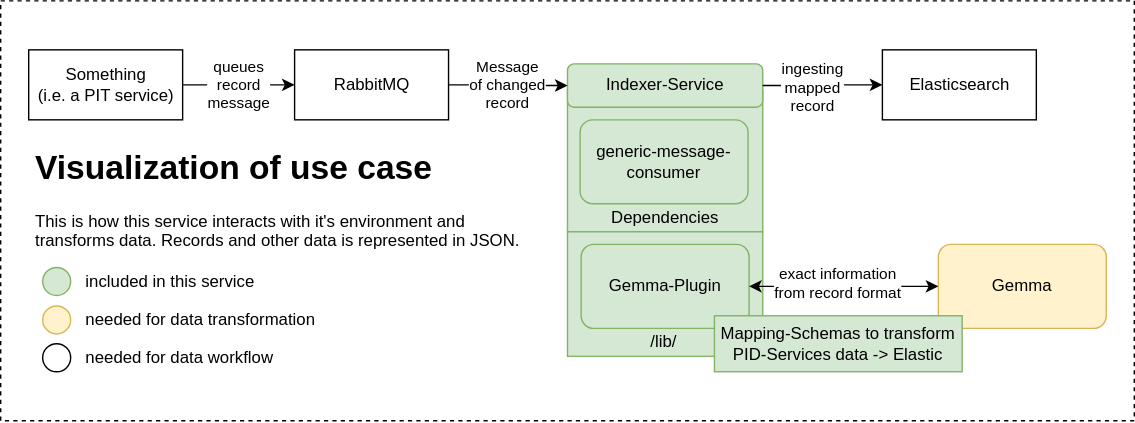
Earlier version of the draw.io export use-case.drawio.svg (kit-data-manager/mapping-service). Source tidied: cells renumbered, new cells last; positions are measured from the earlier drawing's top-left corner, leaving out a move shared by most shapes. Source of this version:
```xml
<mxGraphModel>
  <root>
    <mxCell id="0" />
    <mxCell id="1" parent="0" />
    <mxCell id="2" style="rounded=0;whiteSpace=wrap;html=1;dashed=1;" parent="1" vertex="1">
      <mxGeometry width="810" height="300" as="geometry" />
    </mxCell>
    <mxCell id="3" value="Something&lt;br&gt;(i.e. a PIT service)" style="html=1;" parent="2" vertex="1">
      <mxGeometry x="20" y="35" width="110" height="50" as="geometry" />
    </mxCell>
    <mxCell id="4" value="RabbitMQ" style="html=1;" parent="2" vertex="1">
      <mxGeometry x="210" y="35" width="110" height="50" as="geometry" />
    </mxCell>
    <mxCell id="5" value="queues&lt;br&gt;record&lt;br&gt;message" style="edgeStyle=orthogonalEdgeStyle;rounded=0;jettySize=auto;html=1;" parent="2" edge="1" source="3" target="4">
      <mxGeometry relative="1" as="geometry" />
    </mxCell>
    <mxCell id="6" style="group;" parent="2" vertex="1">
      <mxGeometry x="404" y="45" width="140.5" height="209" as="geometry" />
    </mxCell>
    <mxCell id="7" style="group;" parent="6" vertex="1">
      <mxGeometry x="0.5" y="19" width="140" height="101" as="geometry" />
    </mxCell>
    <mxCell id="8" style="rounded=0;whiteSpace=wrap;html=1;align=center;fillColor=#d5e8d4;strokeColor=#82b366;" parent="7" vertex="1">
      <mxGeometry x="0.5" width="139.5" height="101" as="geometry" />
    </mxCell>
    <mxCell id="9" value="generic-message-consumer" style="rounded=1;whiteSpace=wrap;html=1;fillColor=#d5e8d4;strokeColor=#82b366;" parent="7" vertex="1">
      <mxGeometry x="9.5" y="21" width="120" height="60" as="geometry" />
    </mxCell>
    <mxCell id="10" value="Dependencies" style="text;html=1;strokeColor=none;fillColor=none;align=center;verticalAlign=middle;whiteSpace=wrap;rounded=0;" parent="7" vertex="1">
      <mxGeometry y="81" width="140" height="20" as="geometry" />
    </mxCell>
    <mxCell id="11" style="rounded=0;whiteSpace=wrap;html=1;align=center;fillColor=#d5e8d4;strokeColor=#82b366;" parent="6" vertex="1">
      <mxGeometry x="1" y="120" width="139.5" height="89" as="geometry" />
    </mxCell>
    <mxCell id="12" value="Gemma-Plugin" style="rounded=1;whiteSpace=wrap;html=1;fillColor=#d5e8d4;strokeColor=#82b366;" parent="6" vertex="1">
      <mxGeometry x="10.8" y="129" width="120" height="60" as="geometry" />
    </mxCell>
    <mxCell id="13" value="Indexer-Service" style="rounded=1;whiteSpace=wrap;html=1;align=center;fillColor=#d5e8d4;strokeColor=#82b366;" parent="6" vertex="1">
      <mxGeometry x="1" width="139.5" height="31" as="geometry" />
    </mxCell>
    <mxCell id="14" value="/lib/" style="text;html=1;strokeColor=none;fillColor=none;align=center;verticalAlign=middle;whiteSpace=wrap;rounded=0;" parent="6" vertex="1">
      <mxGeometry y="189" width="140" height="20" as="geometry" />
    </mxCell>
    <mxCell id="15" style="edgeStyle=orthogonalEdgeStyle;rounded=0;jettySize=auto;html=1;" parent="2" edge="1" source="4" target="13">
      <mxGeometry relative="1" as="geometry" />
    </mxCell>
    <mxCell id="16" value="Message&lt;br&gt;of changed&lt;br&gt;record" style="edgeLabel;html=1;align=center;verticalAlign=middle;" parent="15" vertex="1">
      <mxGeometry x="-0.33" y="-1" relative="1" as="geometry">
        <mxPoint x="12.7" y="-1" as="offset" />
      </mxGeometry>
    </mxCell>
    <mxCell id="17" value="Elasticsearch" style="html=1;" parent="2" vertex="1">
      <mxGeometry x="630" y="35" width="110" height="50" as="geometry" />
    </mxCell>
    <mxCell id="18" style="edgeStyle=orthogonalEdgeStyle;rounded=0;jettySize=auto;html=1;" parent="2" edge="1" source="13" target="17">
      <mxGeometry relative="1" as="geometry" />
    </mxCell>
    <mxCell id="19" value="ingesting&lt;br&gt;mapped&lt;br&gt;record" style="edgeLabel;html=1;align=center;verticalAlign=middle;" parent="18" vertex="1">
      <mxGeometry x="-0.19" y="-1" relative="1" as="geometry" />
    </mxCell>
    <mxCell id="20" value="Gemma" style="rounded=1;whiteSpace=wrap;html=1;fillColor=#fff2cc;strokeColor=#d6b656;" parent="2" vertex="1">
      <mxGeometry x="670" y="174" width="120" height="60" as="geometry" />
    </mxCell>
    <mxCell id="21" style="edgeStyle=orthogonalEdgeStyle;rounded=0;jettySize=auto;html=1;startArrow=classic;startFill=1;" parent="2" edge="1" source="12" target="20">
      <mxGeometry relative="1" as="geometry" />
    </mxCell>
    <mxCell id="22" value="exact information&lt;br&gt;from record format" style="edgeLabel;html=1;align=center;verticalAlign=middle;" parent="21" vertex="1">
      <mxGeometry x="-0.07" y="2" relative="1" as="geometry" />
    </mxCell>
    <mxCell id="23" value="Mapping-Schemas to transform&lt;br&gt;PID-Services data -&amp;gt; Elastic" style="rounded=0;whiteSpace=wrap;html=1;fillColor=#d5e8d4;strokeColor=#82b366;" parent="2" vertex="1">
      <mxGeometry x="510" y="225" width="177" height="40" as="geometry" />
    </mxCell>
    <mxCell id="24" value="&lt;h1&gt;Visualization of use case&lt;/h1&gt;&lt;p&gt;This is how this service interacts with it's environment and transforms data. Records and other data is represented in JSON.&lt;/p&gt;" style="text;html=1;strokeColor=none;fillColor=none;spacing=5;spacingTop=-20;whiteSpace=wrap;overflow=hidden;rounded=0;dashed=1;" parent="2" vertex="1">
      <mxGeometry x="20" y="99.5" width="360" height="100" as="geometry" />
    </mxCell>
    <mxCell id="25" style="group;dashed=1;" parent="2" vertex="1">
      <mxGeometry x="30" y="190.5" width="170" height="20" as="geometry" />
    </mxCell>
    <mxCell id="26" style="group;" parent="25" vertex="1">
      <mxGeometry width="170" height="20" as="geometry" />
    </mxCell>
    <mxCell id="27" style="ellipse;whiteSpace=wrap;html=1;fillColor=#d5e8d4;strokeColor=#82b366;align=left;" parent="26" vertex="1">
      <mxGeometry width="20" height="20" as="geometry" />
    </mxCell>
    <mxCell id="28" value="included in this service" style="text;html=1;strokeColor=none;fillColor=none;align=left;verticalAlign=middle;whiteSpace=wrap;rounded=0;" parent="26" vertex="1">
      <mxGeometry x="29" width="141" height="20" as="geometry" />
    </mxCell>
    <mxCell id="29" style="group;" parent="2" vertex="1">
      <mxGeometry x="30" y="218" width="210" height="20" as="geometry" />
    </mxCell>
    <mxCell id="30" style="ellipse;whiteSpace=wrap;html=1;fillColor=#fff2cc;strokeColor=#d6b656;align=left;" parent="29" vertex="1">
      <mxGeometry width="20" height="20" as="geometry" />
    </mxCell>
    <mxCell id="31" value="needed for data transformation" style="text;html=1;strokeColor=none;fillColor=none;align=left;verticalAlign=middle;whiteSpace=wrap;rounded=0;" parent="29" vertex="1">
      <mxGeometry x="29" width="181" height="20" as="geometry" />
    </mxCell>
    <mxCell id="32" style="group;" parent="2" vertex="1">
      <mxGeometry x="30" y="245" width="210" height="20" as="geometry" />
    </mxCell>
    <mxCell id="33" style="ellipse;whiteSpace=wrap;html=1;align=left;" parent="32" vertex="1">
      <mxGeometry width="20" height="20" as="geometry" />
    </mxCell>
    <mxCell id="34" value="needed for data workflow" style="text;html=1;strokeColor=none;fillColor=none;align=left;verticalAlign=middle;whiteSpace=wrap;rounded=0;" parent="32" vertex="1">
      <mxGeometry x="29" width="181" height="20" as="geometry" />
    </mxCell>
  </root>
</mxGraphModel>
```
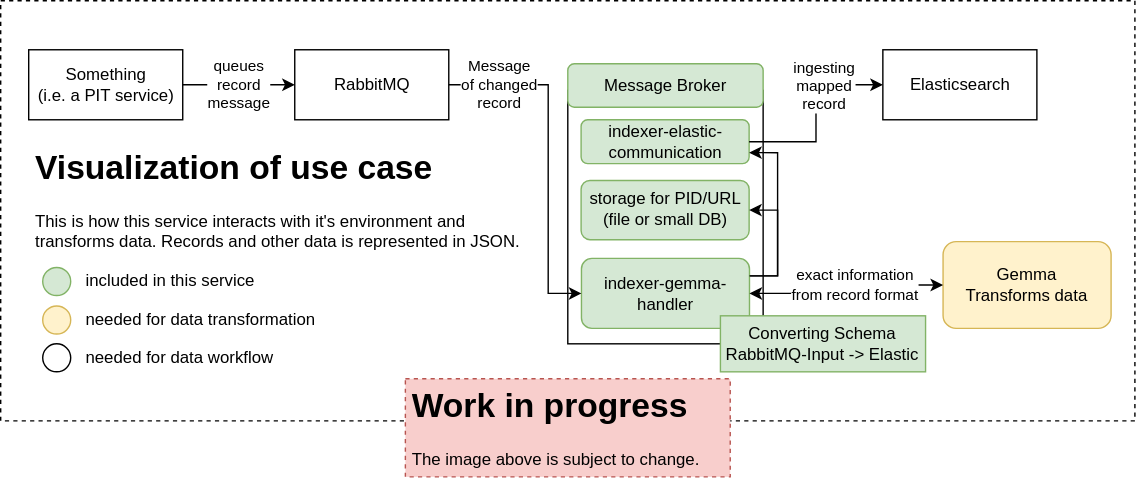
Later version of the same file.

The edit, as a diff of the source:
```diff
@@ -14,62 +14,17 @@
     <mxCell id="5" value="queues&lt;br&gt;record&lt;br&gt;message" style="edgeStyle=orthogonalEdgeStyle;rounded=0;jettySize=auto;html=1;" parent="2" edge="1" source="3" target="4">
       <mxGeometry relative="1" as="geometry" />
     </mxCell>
-    <mxCell id="6" style="group;" parent="2" vertex="1">
-      <mxGeometry x="404" y="45" width="140.5" height="209" as="geometry" />
-    </mxCell>
-    <mxCell id="7" style="group;" parent="6" vertex="1">
-      <mxGeometry x="0.5" y="19" width="140" height="101" as="geometry" />
-    </mxCell>
-    <mxCell id="8" style="rounded=0;whiteSpace=wrap;html=1;align=center;fillColor=#d5e8d4;strokeColor=#82b366;" parent="7" vertex="1">
-      <mxGeometry x="0.5" width="139.5" height="101" as="geometry" />
-    </mxCell>
-    <mxCell id="9" value="generic-message-consumer" style="rounded=1;whiteSpace=wrap;html=1;fillColor=#d5e8d4;strokeColor=#82b366;" parent="7" vertex="1">
-      <mxGeometry x="9.5" y="21" width="120" height="60" as="geometry" />
-    </mxCell>
-    <mxCell id="10" value="Dependencies" style="text;html=1;strokeColor=none;fillColor=none;align=center;verticalAlign=middle;whiteSpace=wrap;rounded=0;" parent="7" vertex="1">
-      <mxGeometry y="81" width="140" height="20" as="geometry" />
-    </mxCell>
-    <mxCell id="11" style="rounded=0;whiteSpace=wrap;html=1;align=center;fillColor=#d5e8d4;strokeColor=#82b366;" parent="6" vertex="1">
-      <mxGeometry x="1" y="120" width="139.5" height="89" as="geometry" />
-    </mxCell>
-    <mxCell id="12" value="Gemma-Plugin" style="rounded=1;whiteSpace=wrap;html=1;fillColor=#d5e8d4;strokeColor=#82b366;" parent="6" vertex="1">
-      <mxGeometry x="10.8" y="129" width="120" height="60" as="geometry" />
-    </mxCell>
-    <mxCell id="13" value="Indexer-Service" style="rounded=1;whiteSpace=wrap;html=1;align=center;fillColor=#d5e8d4;strokeColor=#82b366;" parent="6" vertex="1">
-      <mxGeometry x="1" width="139.5" height="31" as="geometry" />
-    </mxCell>
-    <mxCell id="14" value="/lib/" style="text;html=1;strokeColor=none;fillColor=none;align=center;verticalAlign=middle;whiteSpace=wrap;rounded=0;" parent="6" vertex="1">
-      <mxGeometry y="189" width="140" height="20" as="geometry" />
-    </mxCell>
-    <mxCell id="15" style="edgeStyle=orthogonalEdgeStyle;rounded=0;jettySize=auto;html=1;" parent="2" edge="1" source="4" target="13">
-      <mxGeometry relative="1" as="geometry" />
-    </mxCell>
-    <mxCell id="16" value="Message&lt;br&gt;of changed&lt;br&gt;record" style="edgeLabel;html=1;align=center;verticalAlign=middle;" parent="15" vertex="1">
-      <mxGeometry x="-0.33" y="-1" relative="1" as="geometry">
-        <mxPoint x="12.7" y="-1" as="offset" />
-      </mxGeometry>
-    </mxCell>
     <mxCell id="17" value="Elasticsearch" style="html=1;" parent="2" vertex="1">
       <mxGeometry x="630" y="35" width="110" height="50" as="geometry" />
     </mxCell>
-    <mxCell id="18" style="edgeStyle=orthogonalEdgeStyle;rounded=0;jettySize=auto;html=1;" parent="2" edge="1" source="13" target="17">
-      <mxGeometry relative="1" as="geometry" />
-    </mxCell>
-    <mxCell id="19" value="ingesting&lt;br&gt;mapped&lt;br&gt;record" style="edgeLabel;html=1;align=center;verticalAlign=middle;" parent="18" vertex="1">
-      <mxGeometry x="-0.19" y="-1" relative="1" as="geometry" />
-    </mxCell>
-    <mxCell id="20" value="Gemma" style="rounded=1;whiteSpace=wrap;html=1;fillColor=#fff2cc;strokeColor=#d6b656;" parent="2" vertex="1">
-      <mxGeometry x="670" y="174" width="120" height="60" as="geometry" />
-    </mxCell>
-    <mxCell id="21" style="edgeStyle=orthogonalEdgeStyle;rounded=0;jettySize=auto;html=1;startArrow=classic;startFill=1;" parent="2" edge="1" source="12" target="20">
-      <mxGeometry relative="1" as="geometry" />
+    <mxCell id="21" style="edgeStyle=orthogonalEdgeStyle;rounded=0;orthogonalLoop=1;jettySize=auto;html=1;startArrow=classic;startFill=1;" parent="2" edge="1">
+      <mxGeometry relative="1" as="geometry">
+        <mxPoint x="534.8" y="204" as="sourcePoint" />
+      </mxGeometry>
     </mxCell>
     <mxCell id="22" value="exact information&lt;br&gt;from record format" style="edgeLabel;html=1;align=center;verticalAlign=middle;" parent="21" vertex="1">
       <mxGeometry x="-0.07" y="2" relative="1" as="geometry" />
     </mxCell>
-    <mxCell id="23" value="Mapping-Schemas to transform&lt;br&gt;PID-Services data -&amp;gt; Elastic" style="rounded=0;whiteSpace=wrap;html=1;fillColor=#d5e8d4;strokeColor=#82b366;" parent="2" vertex="1">
-      <mxGeometry x="510" y="225" width="177" height="40" as="geometry" />
-    </mxCell>
     <mxCell id="24" value="&lt;h1&gt;Visualization of use case&lt;/h1&gt;&lt;p&gt;This is how this service interacts with it's environment and transforms data. Records and other data is represented in JSON.&lt;/p&gt;" style="text;html=1;strokeColor=none;fillColor=none;spacing=5;spacingTop=-20;whiteSpace=wrap;overflow=hidden;rounded=0;dashed=1;" parent="2" vertex="1">
       <mxGeometry x="20" y="99.5" width="360" height="100" as="geometry" />
     </mxCell>
@@ -103,5 +58,64 @@
     <mxCell id="34" value="needed for data workflow" style="text;html=1;strokeColor=none;fillColor=none;align=left;verticalAlign=middle;whiteSpace=wrap;rounded=0;" parent="32" vertex="1">
       <mxGeometry x="29" width="181" height="20" as="geometry" />
     </mxCell>
+    <mxCell id="35" style="rounded=0;whiteSpace=wrap;html=1;align=center;" parent="2" vertex="1">
+      <mxGeometry x="405" y="64" width="139.5" height="181" as="geometry" />
+    </mxCell>
+    <mxCell id="36" value="indexer-elastic-communication" style="rounded=1;whiteSpace=wrap;html=1;fillColor=#d5e8d4;strokeColor=#82b366;" parent="2" vertex="1">
+      <mxGeometry x="414.5" y="85" width="120" height="31.3" as="geometry" />
+    </mxCell>
+    <mxCell id="37" style="edgeStyle=orthogonalEdgeStyle;rounded=0;jettySize=auto;html=1;exitX=1;exitY=0.25;exitDx=0;exitDy=0;entryX=1;entryY=0.75;entryDx=0;entryDy=0;startArrow=none;startFill=0;" parent="2" edge="1" source="38" target="36">
+      <mxGeometry relative="1" as="geometry" />
+    </mxCell>
+    <mxCell id="38" value="indexer-gemma-handler" style="rounded=1;whiteSpace=wrap;html=1;fillColor=#d5e8d4;strokeColor=#82b366;" parent="2" vertex="1">
+      <mxGeometry x="414.8" y="184" width="120" height="50" as="geometry" />
+    </mxCell>
+    <mxCell id="39" value="storage for PID/URL&lt;br&gt;(file or small DB)" style="rounded=1;whiteSpace=wrap;html=1;fillColor=#d5e8d4;strokeColor=#82b366;" parent="2" vertex="1">
+      <mxGeometry x="414.5" y="128.4" width="120" height="42.3" as="geometry" />
+    </mxCell>
+    <mxCell id="40" style="edgeStyle=orthogonalEdgeStyle;rounded=0;jettySize=auto;html=1;exitX=1;exitY=0.25;exitDx=0;exitDy=0;entryX=1;entryY=0.5;entryDx=0;entryDy=0;startArrow=none;startFill=0;" parent="2" edge="1" source="38" target="39">
+      <mxGeometry relative="1" as="geometry" />
+    </mxCell>
+    <mxCell id="41" value="Message Broker" style="rounded=1;whiteSpace=wrap;html=1;align=center;fillColor=#d5e8d4;strokeColor=#82b366;" parent="2" vertex="1">
+      <mxGeometry x="405" y="45" width="139.5" height="31" as="geometry" />
+    </mxCell>
+    <mxCell id="42" value="Converting Schema&lt;br&gt;RabbitMQ-Input -&amp;gt; Elastic" style="rounded=0;whiteSpace=wrap;html=1;fillColor=#d5e8d4;strokeColor=#82b366;" parent="2" vertex="1">
+      <mxGeometry x="514" y="225" width="146.5" height="40" as="geometry" />
+    </mxCell>
+    <mxCell id="43" value="Gemma&lt;br&gt;Transforms data" style="rounded=1;whiteSpace=wrap;html=1;fillColor=#fff2cc;strokeColor=#d6b656;" parent="2" vertex="1">
+      <mxGeometry x="673" y="172" width="120" height="62" as="geometry" />
+    </mxCell>
+    <mxCell id="44" style="edgeStyle=orthogonalEdgeStyle;rounded=0;jettySize=auto;html=1;startArrow=classic;startFill=1;" parent="2" edge="1" source="38" target="43">
+      <mxGeometry relative="1" as="geometry" />
+    </mxCell>
+    <mxCell id="45" value="exact information&lt;br&gt;from record format" style="edgeLabel;html=1;align=center;verticalAlign=middle;" parent="44" vertex="1">
+      <mxGeometry x="0.12" y="-2" relative="1" as="geometry">
+        <mxPoint y="-2" as="offset" />
+      </mxGeometry>
+    </mxCell>
+    <mxCell id="15" style="edgeStyle=orthogonalEdgeStyle;rounded=0;jettySize=auto;html=1;" parent="2" edge="1" source="4" target="38">
+      <mxGeometry relative="1" as="geometry">
+        <Array as="points">
+          <mxPoint x="391" y="60" />
+          <mxPoint x="391" y="209" />
+        </Array>
+      </mxGeometry>
+    </mxCell>
+    <mxCell id="16" value="Message&lt;br&gt;of changed&lt;br&gt;record" style="edgeLabel;html=1;align=center;verticalAlign=middle;" parent="15" vertex="1">
+      <mxGeometry x="-0.33" y="-1" relative="1" as="geometry">
+        <mxPoint x="-34" y="-11.5" as="offset" />
+      </mxGeometry>
+    </mxCell>
+    <mxCell id="18" style="edgeStyle=orthogonalEdgeStyle;rounded=0;jettySize=auto;html=1;" parent="2" edge="1" source="36" target="17">
+      <mxGeometry relative="1" as="geometry" />
+    </mxCell>
+    <mxCell id="19" value="ingesting&lt;br&gt;mapped&lt;br&gt;record" style="edgeLabel;html=1;align=center;verticalAlign=middle;" parent="18" vertex="1">
+      <mxGeometry x="-0.19" y="-1" relative="1" as="geometry">
+        <mxPoint x="4" y="-33" as="offset" />
+      </mxGeometry>
+    </mxCell>
+    <mxCell id="46" value="&lt;h1&gt;Work in progress&lt;/h1&gt;&lt;p&gt;The image above is subject to change.&lt;/p&gt;" style="text;html=1;spacing=5;spacingTop=-20;whiteSpace=wrap;overflow=hidden;rounded=0;strokeColor=#b85450;dashed=1;fillColor=#f8cecc;" parent="1" vertex="1">
+      <mxGeometry x="289" y="270" width="232" height="70" as="geometry" />
+    </mxCell>
   </root>
 </mxGraphModel>
```
